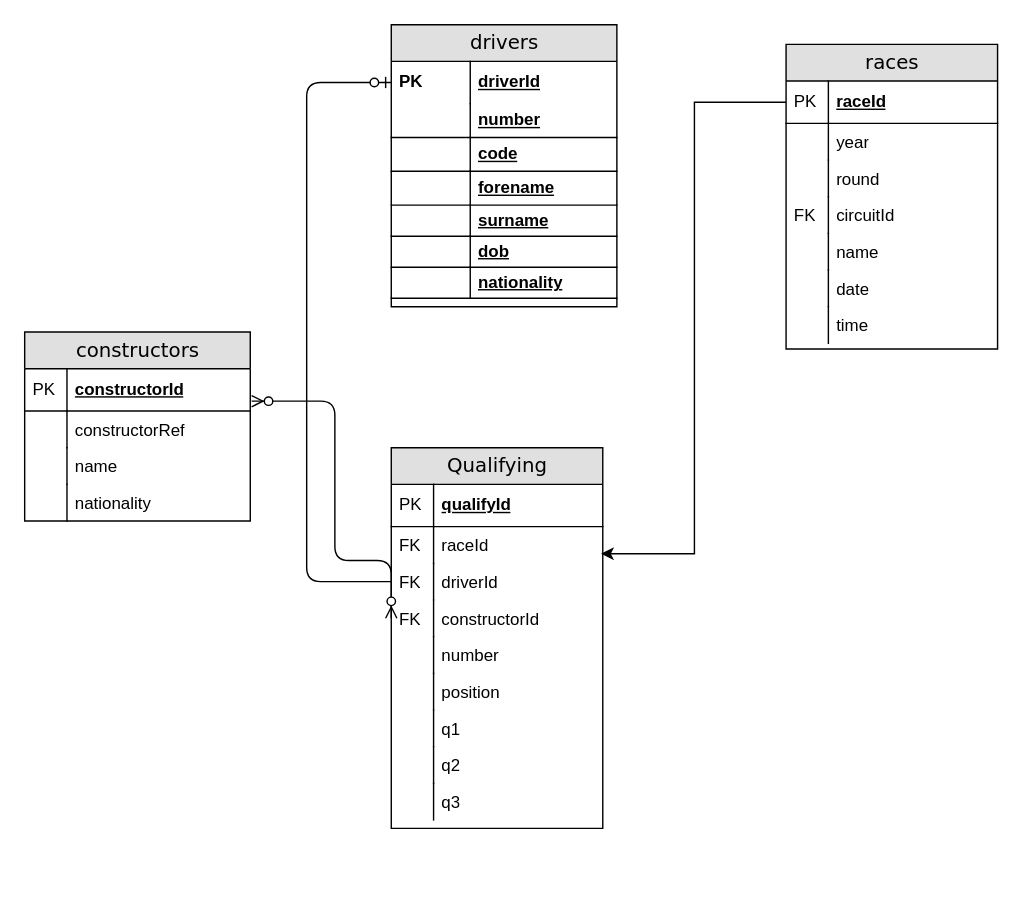
Before: f1_db_diagram.drawio in karolkruszynski/F1_SQL, a draw.io diagram. Source tidied: cells renumbered, new cells numbered last; positions are measured from the earlier drawing's top-left corner, leaving out a move shared by most shapes. Both pictures are drawn from the tidied source at 141%, with x=0, y=0 at pixel (24, 24).
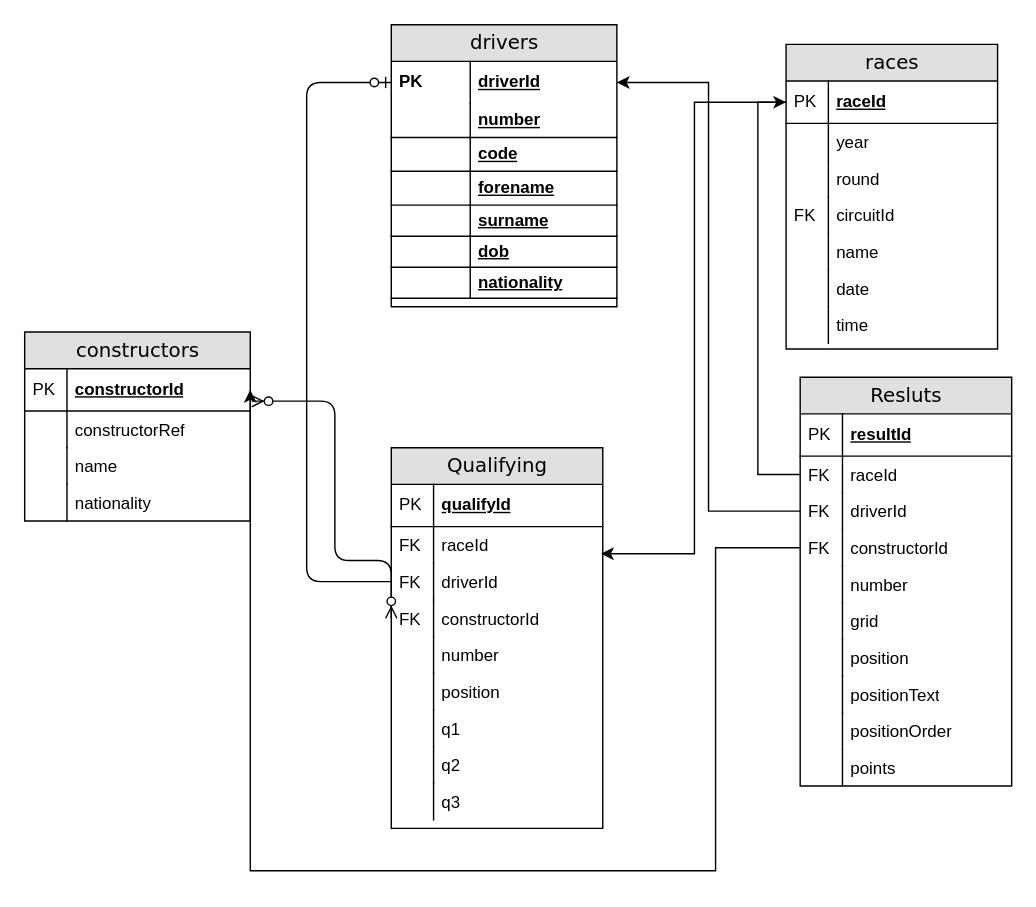
The same diagram, later.

Commit message:
added results table

Unchanged cells that the change refers to:
```xml
<mxCell id="3" value="driverId" style="shape=partialRectangle;top=0;left=0;right=0;bottom=0;html=1;align=left;verticalAlign=middle;fillColor=none;spacingLeft=60;spacingRight=4;whiteSpace=wrap;overflow=hidden;points=[[0,0.5],[1,0.5]];portConstraint=eastwest;fontStyle=5;" parent="2" vertex="1">
  <mxGeometry y="26" width="160" height="30" as="geometry" />
</mxCell>
<mxCell id="18" value="raceId" style="shape=partialRectangle;top=0;left=0;right=0;bottom=1;html=1;align=left;verticalAlign=middle;fillColor=none;spacingLeft=34;spacingRight=4;whiteSpace=wrap;overflow=hidden;points=[[0,0.5],[1,0.5]];portConstraint=eastwest;fontStyle=5;" parent="17" vertex="1">
  <mxGeometry y="26" width="150" height="30" as="geometry" />
</mxCell>
<mxCell id="53" value="constructorId" style="shape=partialRectangle;top=0;left=0;right=0;bottom=1;html=1;align=left;verticalAlign=middle;fillColor=none;spacingLeft=34;spacingRight=4;whiteSpace=wrap;overflow=hidden;points=[[0,0.5],[1,0.5]];portConstraint=eastwest;fontStyle=5;" parent="52" vertex="1">
  <mxGeometry y="26" width="160" height="30" as="geometry" />
</mxCell>
```

Diff of the diagram source:
```diff
@@
+    <mxCell id="63" value="Resluts" style="swimlane;html=1;fontStyle=0;horizontal=1;startSize=26;fillColor=#e0e0e0;swimlaneFillColor=#ffffff;align=center;rounded=0;shadow=0;comic=0;labelBackgroundColor=none;strokeWidth=1;fontFamily=Verdana;fontSize=14;" parent="1" vertex="1">
+      <mxGeometry x="550" y="250" width="150" height="290" as="geometry" />
+    </mxCell>
+    <mxCell id="64" value="resultId" style="shape=partialRectangle;top=0;left=0;right=0;bottom=1;html=1;align=left;verticalAlign=middle;fillColor=none;spacingLeft=34;spacingRight=4;whiteSpace=wrap;overflow=hidden;fontStyle=5;" parent="63" vertex="1">
+      <mxGeometry y="26" width="150" height="30" as="geometry" />
+    </mxCell>
+    <mxCell id="65" value="PK" style="shape=partialRectangle;top=0;left=0;bottom=0;html=1;fillColor=none;align=left;verticalAlign=middle;spacingLeft=4;spacingRight=4;whiteSpace=wrap;overflow=hidden;" parent="64" vertex="1">
+      <mxGeometry width="30" height="30" as="geometry" />
+    </mxCell>
+    <mxCell id="66" value="raceId" style="shape=partialRectangle;top=0;left=0;right=0;bottom=0;html=1;align=left;verticalAlign=top;fillColor=none;spacingLeft=34;spacingRight=4;whiteSpace=wrap;overflow=hidden;points=[[0,0.5],[1,0.5]];portConstraint=eastwest;" parent="63" vertex="1">
+      <mxGeometry y="56" width="150" height="26" as="geometry" />
+    </mxCell>
+    <mxCell id="67" value="FK" style="shape=partialRectangle;top=0;left=0;bottom=0;html=1;fillColor=none;align=left;verticalAlign=top;spacingLeft=4;spacingRight=4;whiteSpace=wrap;overflow=hidden;" parent="66" vertex="1">
+      <mxGeometry width="30" height="26" as="geometry" />
+    </mxCell>
+    <mxCell id="68" value="driverId" style="shape=partialRectangle;top=0;left=0;right=0;bottom=0;html=1;align=left;verticalAlign=top;fillColor=none;spacingLeft=34;spacingRight=4;whiteSpace=wrap;overflow=hidden;points=[[0,0.5],[1,0.5]];portConstraint=eastwest;" parent="63" vertex="1">
+      <mxGeometry y="82" width="150" height="26" as="geometry" />
+    </mxCell>
+    <mxCell id="69" value="FK" style="shape=partialRectangle;top=0;left=0;bottom=0;html=1;fillColor=none;align=left;verticalAlign=top;spacingLeft=4;spacingRight=4;whiteSpace=wrap;overflow=hidden;" parent="68" vertex="1">
+      <mxGeometry width="30" height="26" as="geometry" />
+    </mxCell>
+    <mxCell id="70" value="constructorId" style="shape=partialRectangle;top=0;left=0;right=0;bottom=0;html=1;align=left;verticalAlign=top;fillColor=none;spacingLeft=34;spacingRight=4;whiteSpace=wrap;overflow=hidden;points=[[0,0.5],[1,0.5]];portConstraint=eastwest;" parent="63" vertex="1">
+      <mxGeometry y="108" width="150" height="26" as="geometry" />
+    </mxCell>
+    <mxCell id="71" value="FK" style="shape=partialRectangle;top=0;left=0;bottom=0;html=1;fillColor=none;align=left;verticalAlign=top;spacingLeft=4;spacingRight=4;whiteSpace=wrap;overflow=hidden;" parent="70" vertex="1">
+      <mxGeometry width="30" height="26" as="geometry" />
+    </mxCell>
+    <mxCell id="72" value="number" style="shape=partialRectangle;top=0;left=0;right=0;bottom=0;html=1;align=left;verticalAlign=top;fillColor=none;spacingLeft=34;spacingRight=4;whiteSpace=wrap;overflow=hidden;" parent="63" vertex="1">
+      <mxGeometry y="134" width="150" height="26" as="geometry" />
+    </mxCell>
+    <mxCell id="73" style="shape=partialRectangle;top=0;left=0;bottom=0;html=1;fillColor=none;align=left;verticalAlign=top;spacingLeft=4;spacingRight=4;whiteSpace=wrap;overflow=hidden;" parent="72" vertex="1">
+      <mxGeometry width="30" height="26" as="geometry" />
+    </mxCell>
+    <mxCell id="74" value="grid" style="shape=partialRectangle;top=0;left=0;right=0;bottom=0;html=1;align=left;verticalAlign=top;fillColor=none;spacingLeft=34;spacingRight=4;whiteSpace=wrap;overflow=hidden;" parent="63" vertex="1">
+      <mxGeometry y="160" width="150" height="26" as="geometry" />
+    </mxCell>
+    <mxCell id="75" style="shape=partialRectangle;top=0;left=0;bottom=0;html=1;fillColor=none;align=left;verticalAlign=top;spacingLeft=4;spacingRight=4;whiteSpace=wrap;overflow=hidden;" parent="74" vertex="1">
+      <mxGeometry width="30" height="26" as="geometry" />
+    </mxCell>
+    <mxCell id="76" value="position" style="shape=partialRectangle;top=0;left=0;right=0;bottom=0;html=1;align=left;verticalAlign=top;fillColor=none;spacingLeft=34;spacingRight=4;whiteSpace=wrap;overflow=hidden;" parent="63" vertex="1">
+      <mxGeometry y="186" width="150" height="26" as="geometry" />
+    </mxCell>
+    <mxCell id="77" style="shape=partialRectangle;top=0;left=0;bottom=0;html=1;fillColor=none;align=left;verticalAlign=top;spacingLeft=4;spacingRight=4;whiteSpace=wrap;overflow=hidden;" parent="76" vertex="1">
+      <mxGeometry width="30" height="26" as="geometry" />
+    </mxCell>
+    <mxCell id="78" value="positionText" style="shape=partialRectangle;top=0;left=0;right=0;bottom=0;html=1;align=left;verticalAlign=top;fillColor=none;spacingLeft=34;spacingRight=4;whiteSpace=wrap;overflow=hidden;" parent="63" vertex="1">
+      <mxGeometry y="212" width="150" height="26" as="geometry" />
+    </mxCell>
+    <mxCell id="79" style="shape=partialRectangle;top=0;left=0;bottom=0;html=1;fillColor=none;align=left;verticalAlign=top;spacingLeft=4;spacingRight=4;whiteSpace=wrap;overflow=hidden;" parent="78" vertex="1">
+      <mxGeometry width="30" height="26" as="geometry" />
+    </mxCell>
+    <mxCell id="80" value="positionOrder" style="shape=partialRectangle;top=0;left=0;right=0;bottom=0;html=1;align=left;verticalAlign=top;fillColor=none;spacingLeft=34;spacingRight=4;whiteSpace=wrap;overflow=hidden;" parent="63" vertex="1">
+      <mxGeometry y="238" width="150" height="26" as="geometry" />
+    </mxCell>
+    <mxCell id="81" style="shape=partialRectangle;top=0;left=0;bottom=0;html=1;fillColor=none;align=left;verticalAlign=top;spacingLeft=4;spacingRight=4;whiteSpace=wrap;overflow=hidden;" parent="80" vertex="1">
+      <mxGeometry width="30" height="26" as="geometry" />
+    </mxCell>
+    <mxCell id="82" value="points" style="shape=partialRectangle;top=0;left=0;right=0;bottom=0;html=1;align=left;verticalAlign=top;fillColor=none;spacingLeft=34;spacingRight=4;whiteSpace=wrap;overflow=hidden;" parent="63" vertex="1">
+      <mxGeometry y="264" width="150" height="26" as="geometry" />
+    </mxCell>
+    <mxCell id="83" style="shape=partialRectangle;top=0;left=0;bottom=0;html=1;fillColor=none;align=left;verticalAlign=top;spacingLeft=4;spacingRight=4;whiteSpace=wrap;overflow=hidden;" parent="82" vertex="1">
+      <mxGeometry width="30" height="26" as="geometry" />
+    </mxCell>
+    <mxCell id="84" style="edgeStyle=orthogonalEdgeStyle;rounded=0;jettySize=auto;html=1;exitX=0;exitY=0.5;exitDx=0;exitDy=0;entryX=0;entryY=0.5;entryDx=0;entryDy=0;" parent="1" edge="1" source="66" target="18">
+      <mxGeometry relative="1" as="geometry" />
+    </mxCell>
+    <mxCell id="85" style="edgeStyle=orthogonalEdgeStyle;rounded=0;jettySize=auto;html=1;exitX=0;exitY=0.5;exitDx=0;exitDy=0;entryX=1;entryY=0.5;entryDx=0;entryDy=0;" parent="1" edge="1" source="68" target="3">
+      <mxGeometry relative="1" as="geometry" />
+    </mxCell>
+    <mxCell id="86" style="edgeStyle=orthogonalEdgeStyle;rounded=0;jettySize=auto;html=1;exitX=0;exitY=0.5;exitDx=0;exitDy=0;entryX=1;entryY=0.5;entryDx=0;entryDy=0;" parent="1" edge="1" source="70" target="53">
+      <mxGeometry relative="1" as="geometry">
+        <Array as="points">
+          <mxPoint x="490" y="371" />
+          <mxPoint x="490" y="600" />
+          <mxPoint x="160" y="600" />
+        </Array>
+      </mxGeometry>
+    </mxCell>
```
